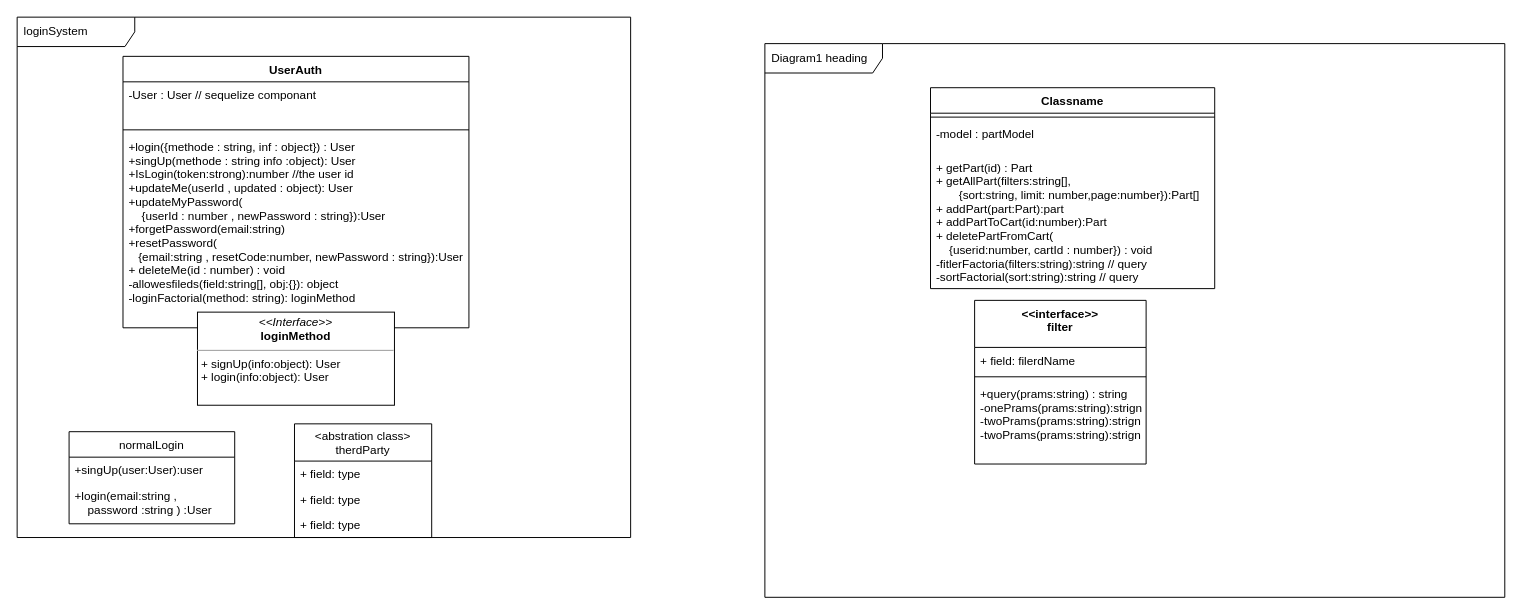
This is design/classes.drawio from abdullah-zakarya/car-part, a draw.io file, before an edit. Source tidied: cells renumbered, new cells numbered last; positions are measured from the earlier drawing's top-left corner, leaving out a move shared by most shapes. Both pictures are drawn from the tidied source at 98%, with x=0, y=0 at pixel (17, 17).
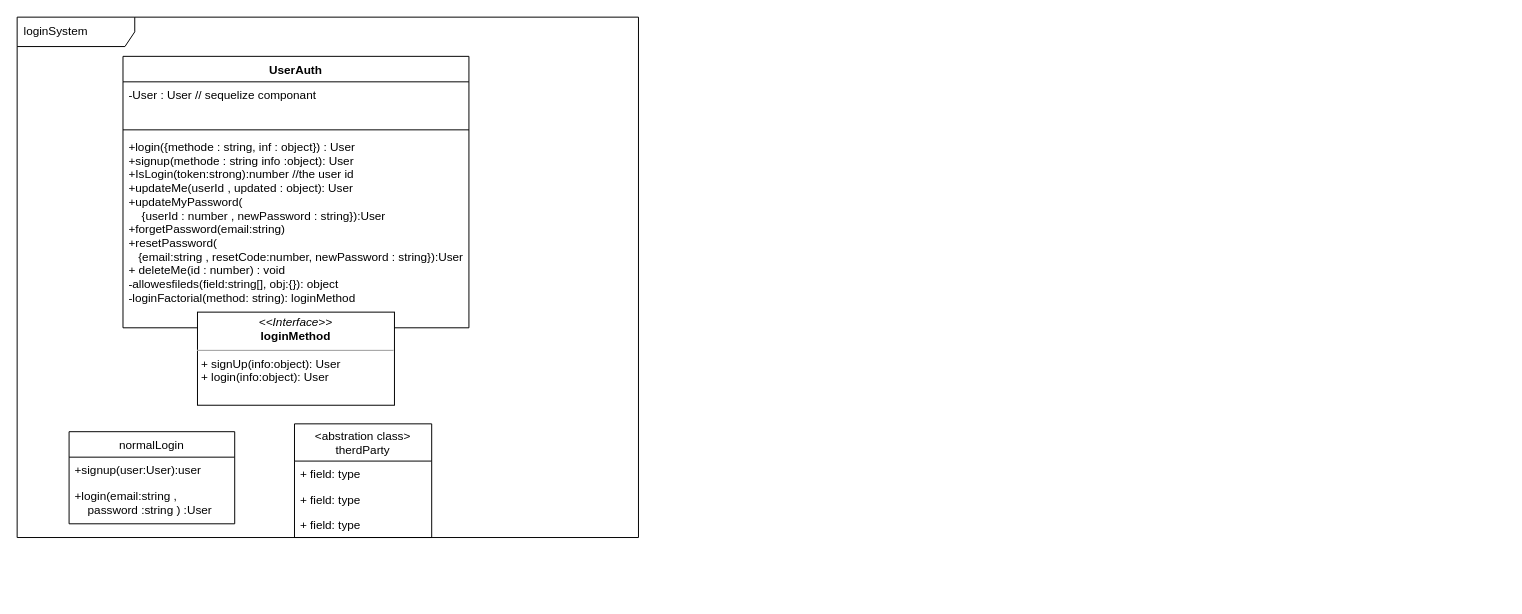
After the change.

The change refers to these unchanged cells:
```xml
<mxCell id="3" value="UserAuth" style="swimlane;fontStyle=1;align=center;verticalAlign=top;horizontal=1;startSize=26;" parent="1" vertex="1">
  <mxGeometry x="108" y="40" width="353" height="277" as="geometry" />
</mxCell>
<mxCell id="8" value="normalLogin" style="swimlane;fontStyle=0;horizontal=1;startSize=26;fillColor=none;" parent="1" vertex="1">
  <mxGeometry x="53" y="423" width="169" height="94" as="geometry" />
</mxCell>
```

Change to the diagram source:
```diff
@@
     <mxCell id="2" value="loginSystem" style="shape=umlFrame;whiteSpace=wrap;html=1;width=120;height=30;boundedLbl=1;verticalAlign=middle;align=left;spacingLeft=5;" parent="1" vertex="1">
-      <mxGeometry width="626" height="531" as="geometry" />
+      <mxGeometry width="634" height="531" as="geometry" />
     </mxCell>
@@
-    <mxCell id="6" value="+login({methode : string, inf : object}) : User&#10;+singUp(methode : string info :object): User&#10;+IsLogin(token:strong):number //the user id &#10;+updateMe(userId , updated : object): User &#10;+updateMyPassword(&#10;    {userId : number , newPassword : string}):User&#10;+forgetPassword(email:string)&#10;+resetPassword(&#10;   {email:string , resetCode:number, newPassword : string}):User&#10;+ deleteMe(id : number) : void&#10;-allowesfileds(field:string[], obj:{}): object &#10;-loginFactorial(method: string): loginMethod" style="text;strokeColor=none;fillColor=none;align=left;verticalAlign=top;spacingLeft=4;spacingRight=4;overflow=hidden;" parent="3" vertex="1">
+    <mxCell id="6" value="+login({methode : string, inf : object}) : User&#10;+signup(methode : string info :object): User&#10;+IsLogin(token:strong):number //the user id &#10;+updateMe(userId , updated : object): User &#10;+updateMyPassword(&#10;    {userId : number , newPassword : string}):User&#10;+forgetPassword(email:string)&#10;+resetPassword(&#10;   {email:string , resetCode:number, newPassword : string}):User&#10;+ deleteMe(id : number) : void&#10;-allowesfileds(field:string[], obj:{}): object &#10;-loginFactorial(method: string): loginMethod" style="text;strokeColor=none;fillColor=none;align=left;verticalAlign=top;spacingLeft=4;spacingRight=4;overflow=hidden;" parent="3" vertex="1">
       <mxGeometry y="79" width="353" height="198" as="geometry" />
     </mxCell>
@@
-    <mxCell id="9" value="+singUp(user:User):user" style="text;strokeColor=none;fillColor=none;align=left;verticalAlign=top;spacingLeft=4;spacingRight=4;overflow=hidden;" parent="8" vertex="1">
+    <mxCell id="9" value="+signup(user:User):user" style="text;strokeColor=none;fillColor=none;align=left;verticalAlign=top;spacingLeft=4;spacingRight=4;overflow=hidden;" parent="8" vertex="1">
       <mxGeometry y="26" width="169" height="26" as="geometry" />
     </mxCell>
@@
-    <mxCell id="15" value="Diagram1 heading" style="shape=umlFrame;whiteSpace=wrap;html=1;width=120;height=30;boundedLbl=1;verticalAlign=middle;align=left;spacingLeft=5;" parent="1" vertex="1">
-      <mxGeometry x="763" y="27" width="755" height="565" as="geometry" />
-    </mxCell>
-    <mxCell id="16" value="Classname" style="swimlane;fontStyle=1;align=center;verticalAlign=top;horizontal=1;startSize=26;" parent="1" vertex="1">
-      <mxGeometry x="932" y="72" width="290" height="205" as="geometry" />
-    </mxCell>
-    <mxCell id="17" style="line;strokeWidth=1;fillColor=none;align=left;verticalAlign=middle;spacingTop=-1;spacingLeft=3;spacingRight=3;labelPosition=right;strokeColor=inherit;" parent="16" vertex="1">
-      <mxGeometry y="26" width="290" height="8" as="geometry" />
-    </mxCell>
-    <mxCell id="18" value="-model : partModel " style="text;strokeColor=none;fillColor=none;align=left;verticalAlign=top;spacingLeft=4;spacingRight=4;overflow=hidden;" parent="16" vertex="1">
-      <mxGeometry y="34" width="290" height="34" as="geometry" />
-    </mxCell>
-    <mxCell id="19" value="+ getPart(id) : Part &#10;+ getAllPart(filters:string[],&#10;       {sort:string, limit: number,page:number}):Part[]&#10;+ addPart(part:Part):part&#10;+ addPartToCart(id:number):Part&#10;+ deletePartFromCart(&#10;    {userid:number, cartId : number}) : void&#10;-fitlerFactoria(filters:string):string // query&#10;-sortFactorial(sort:string):string // query&#10;&#10;" style="text;strokeColor=none;fillColor=none;align=left;verticalAlign=top;spacingLeft=4;spacingRight=4;overflow=hidden;" parent="16" vertex="1">
-      <mxGeometry y="68" width="290" height="137" as="geometry" />
-    </mxCell>
-    <mxCell id="20" value="&lt;&lt;interface&gt;&gt;&#10;filter" style="swimlane;fontStyle=1;align=center;verticalAlign=top;horizontal=1;startSize=48;" parent="1" vertex="1">
-      <mxGeometry x="977" y="289" width="175" height="167" as="geometry" />
-    </mxCell>
-    <mxCell id="21" value="+ field: filerdName  " style="text;strokeColor=none;fillColor=none;align=left;verticalAlign=top;spacingLeft=4;spacingRight=4;overflow=hidden;" parent="20" vertex="1">
-      <mxGeometry y="48" width="175" height="26" as="geometry" />
-    </mxCell>
-    <mxCell id="22" style="line;strokeWidth=1;fillColor=none;align=left;verticalAlign=middle;spacingTop=-1;spacingLeft=3;spacingRight=3;labelPosition=right;strokeColor=inherit;" parent="20" vertex="1">
-      <mxGeometry y="74" width="175" height="8" as="geometry" />
-    </mxCell>
-    <mxCell id="23" value="+query(prams:string) : string&#10;-onePrams(prams:string):strign&#10;-twoPrams(prams:string):strign&#10;-twoPrams(prams:string):strign" style="text;strokeColor=none;fillColor=none;align=left;verticalAlign=top;spacingLeft=4;spacingRight=4;overflow=hidden;" parent="20" vertex="1">
-      <mxGeometry y="82" width="175" height="85" as="geometry" />
-    </mxCell>
```
